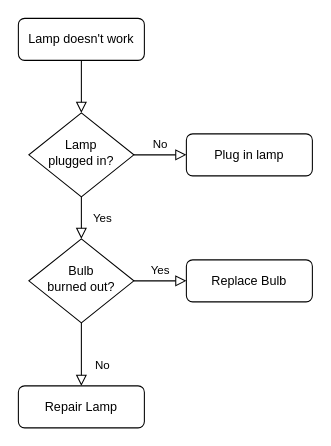
This is 1.drawio from zhangdeshuai409930360/diagrams, a draw.io file, before an edit. Source tidied: cells renumbered, new cells numbered last; positions are measured from the earlier drawing's top-left corner, leaving out a move shared by most shapes. Both pictures are drawn from the tidied source at 105%, with x=0, y=0 at pixel (18, 18).
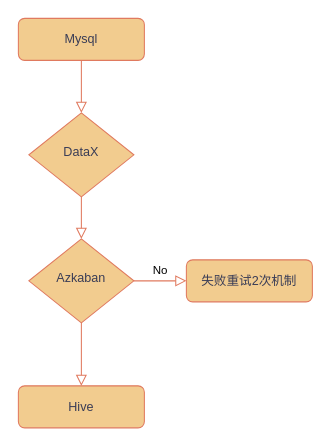
The same diagram, later.

Commit message:
车辆静态数据.drawio

Diff of the diagram source:
```diff
@@
 <mxGraphModel>
   <root>
     <mxCell id="0" />
     <mxCell id="1" parent="0" />
-    <mxCell id="2" style="rounded=0;html=1;jettySize=auto;fontSize=11;endArrow=block;endFill=0;endSize=8;strokeWidth=1;shadow=0;labelBackgroundColor=none;edgeStyle=orthogonalEdgeStyle;" parent="1" edge="1" source="3" target="6">
+    <mxCell id="2" style="rounded=0;html=1;jettySize=auto;fontSize=11;endArrow=block;endFill=0;endSize=8;strokeWidth=1;shadow=0;labelBackgroundColor=none;edgeStyle=orthogonalEdgeStyle;strokeColor=#E07A5F;fontColor=default;" parent="1" edge="1" source="3" target="6">
       <mxGeometry relative="1" as="geometry" />
     </mxCell>
-    <mxCell id="3" value="Lamp doesn't work" style="rounded=1;whiteSpace=wrap;html=1;fontSize=12;glass=0;strokeWidth=1;shadow=0;" parent="1" vertex="1">
+    <mxCell id="3" value="Mysql" style="rounded=1;whiteSpace=wrap;html=1;fontSize=12;glass=0;strokeWidth=1;shadow=0;labelBackgroundColor=none;fillColor=#F2CC8F;strokeColor=#E07A5F;fontColor=#393C56;" parent="1" vertex="1">
       <mxGeometry width="120" height="40" as="geometry" />
     </mxCell>
-    <mxCell id="4" value="Yes" style="rounded=0;html=1;jettySize=auto;fontSize=11;endArrow=block;endFill=0;endSize=8;strokeWidth=1;shadow=0;labelBackgroundColor=none;edgeStyle=orthogonalEdgeStyle;" parent="1" edge="1" source="6" target="10">
+    <mxCell id="4" style="rounded=0;html=1;jettySize=auto;fontSize=11;endArrow=block;endFill=0;endSize=8;strokeWidth=1;shadow=0;labelBackgroundColor=none;edgeStyle=orthogonalEdgeStyle;strokeColor=#E07A5F;fontColor=default;" parent="1" edge="1" source="6" target="10">
       <mxGeometry y="20" relative="1" as="geometry" />
     </mxCell>
-    <mxCell id="5" value="No" style="edgeStyle=orthogonalEdgeStyle;rounded=0;html=1;jettySize=auto;fontSize=11;endArrow=block;endFill=0;endSize=8;strokeWidth=1;shadow=0;labelBackgroundColor=none;" parent="1" edge="1" source="6" target="7">
-      <mxGeometry y="10" relative="1" as="geometry" />
-    </mxCell>
-    <mxCell id="6" value="Lamp&lt;br&gt;plugged in?" style="rhombus;whiteSpace=wrap;html=1;shadow=0;fontFamily=Helvetica;fontSize=12;align=center;strokeWidth=1;spacing=6;spacingTop=-4;" parent="1" vertex="1">
+    <mxCell id="6" value="DataX" style="rhombus;whiteSpace=wrap;html=1;shadow=0;fontFamily=Helvetica;fontSize=12;align=center;strokeWidth=1;spacing=6;spacingTop=-4;labelBackgroundColor=none;fillColor=#F2CC8F;strokeColor=#E07A5F;fontColor=#393C56;" parent="1" vertex="1">
       <mxGeometry x="10" y="90" width="100" height="80" as="geometry" />
     </mxCell>
-    <mxCell id="7" value="Plug in lamp" style="rounded=1;whiteSpace=wrap;html=1;fontSize=12;glass=0;strokeWidth=1;shadow=0;" parent="1" vertex="1">
-      <mxGeometry x="160" y="110" width="120" height="40" as="geometry" />
-    </mxCell>
-    <mxCell id="8" value="No" style="rounded=0;html=1;jettySize=auto;fontSize=11;endArrow=block;endFill=0;endSize=8;strokeWidth=1;shadow=0;labelBackgroundColor=none;edgeStyle=orthogonalEdgeStyle;" parent="1" edge="1" source="10" target="11">
+    <mxCell id="8" style="rounded=0;html=1;jettySize=auto;fontSize=11;endArrow=block;endFill=0;endSize=8;strokeWidth=1;shadow=0;labelBackgroundColor=none;edgeStyle=orthogonalEdgeStyle;strokeColor=#E07A5F;fontColor=default;" parent="1" edge="1" source="10" target="11">
       <mxGeometry x="0.33" y="20" relative="1" as="geometry" />
     </mxCell>
-    <mxCell id="9" value="Yes" style="edgeStyle=orthogonalEdgeStyle;rounded=0;html=1;jettySize=auto;fontSize=11;endArrow=block;endFill=0;endSize=8;strokeWidth=1;shadow=0;labelBackgroundColor=none;" parent="1" edge="1" source="10" target="12">
+    <mxCell id="9" value="No" style="edgeStyle=orthogonalEdgeStyle;rounded=0;html=1;jettySize=auto;fontSize=11;endArrow=block;endFill=0;endSize=8;strokeWidth=1;shadow=0;labelBackgroundColor=none;strokeColor=#E07A5F;fontColor=default;" parent="1" edge="1" source="10" target="12">
       <mxGeometry y="10" relative="1" as="geometry" />
     </mxCell>
-    <mxCell id="10" value="Bulb&lt;br&gt;burned out?" style="rhombus;whiteSpace=wrap;html=1;shadow=0;fontFamily=Helvetica;fontSize=12;align=center;strokeWidth=1;spacing=6;spacingTop=-4;" parent="1" vertex="1">
+    <mxCell id="10" value="Azkaban" style="rhombus;whiteSpace=wrap;html=1;shadow=0;fontFamily=Helvetica;fontSize=12;align=center;strokeWidth=1;spacing=6;spacingTop=-4;labelBackgroundColor=none;fillColor=#F2CC8F;strokeColor=#E07A5F;fontColor=#393C56;" parent="1" vertex="1">
       <mxGeometry x="10" y="210" width="100" height="80" as="geometry" />
     </mxCell>
-    <mxCell id="11" value="Repair Lamp" style="rounded=1;whiteSpace=wrap;html=1;fontSize=12;glass=0;strokeWidth=1;shadow=0;" parent="1" vertex="1">
+    <mxCell id="11" value="Hive" style="rounded=1;whiteSpace=wrap;html=1;fontSize=12;glass=0;strokeWidth=1;shadow=0;labelBackgroundColor=none;fillColor=#F2CC8F;strokeColor=#E07A5F;fontColor=#393C56;" parent="1" vertex="1">
       <mxGeometry y="350" width="120" height="40" as="geometry" />
     </mxCell>
-    <mxCell id="12" value="Replace Bulb" style="rounded=1;whiteSpace=wrap;html=1;fontSize=12;glass=0;strokeWidth=1;shadow=0;" parent="1" vertex="1">
+    <mxCell id="12" value="失败重试2次机制" style="rounded=1;whiteSpace=wrap;html=1;fontSize=12;glass=0;strokeWidth=1;shadow=0;labelBackgroundColor=none;fillColor=#F2CC8F;strokeColor=#E07A5F;fontColor=#393C56;" parent="1" vertex="1">
       <mxGeometry x="160" y="230" width="120" height="40" as="geometry" />
     </mxCell>
   </root>
 </mxGraphModel>
```
